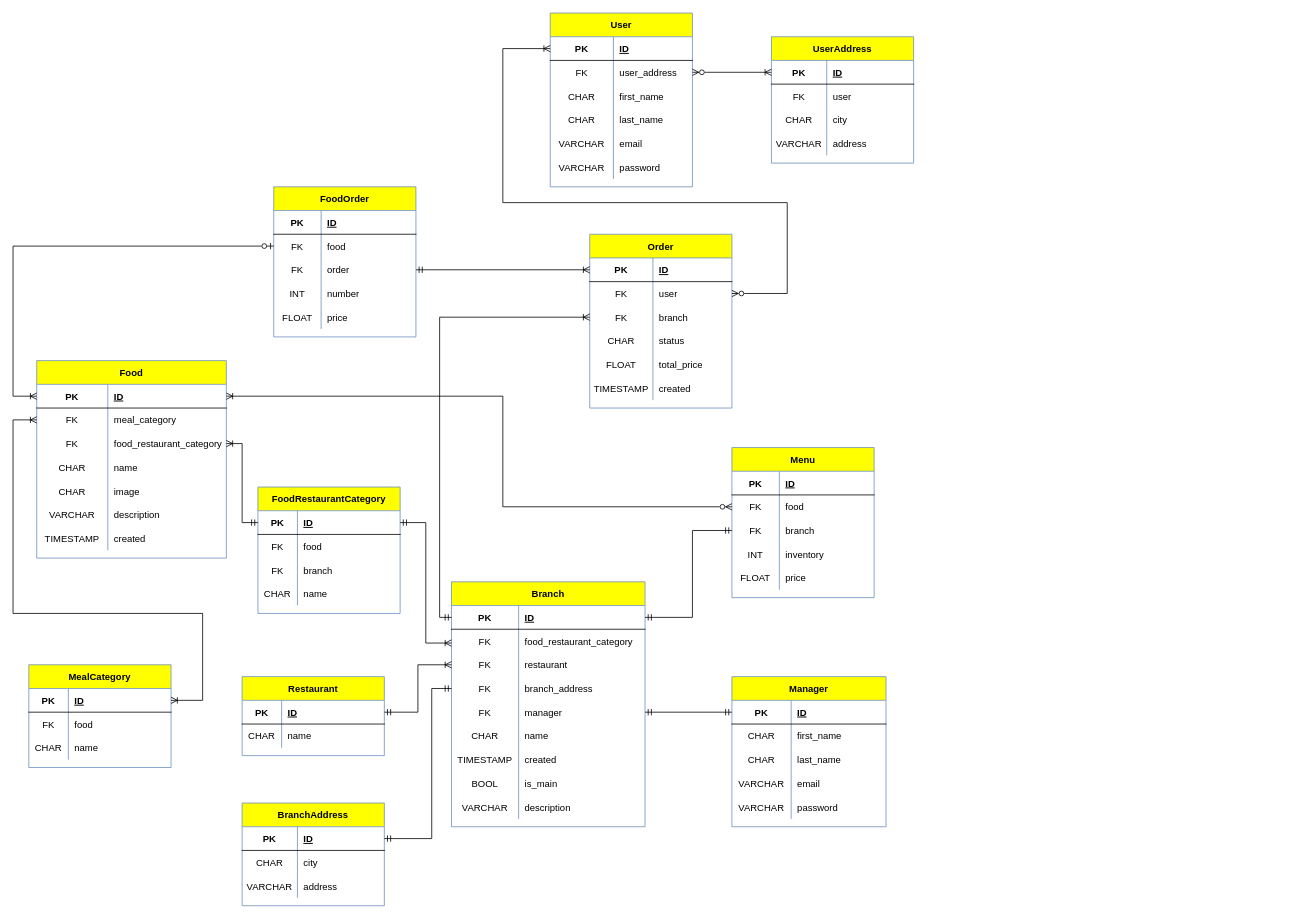
Before: SRC_ERD.drawio in delaramghaemmaghami/Maktab_Final_Project, a draw.io diagram. Source tidied: cells renumbered, new cells numbered last; positions are measured from the earlier drawing's top-left corner, leaving out a move shared by most shapes. Both pictures are drawn from the tidied source at 79%, with x=0, y=0 at pixel (13, 13).
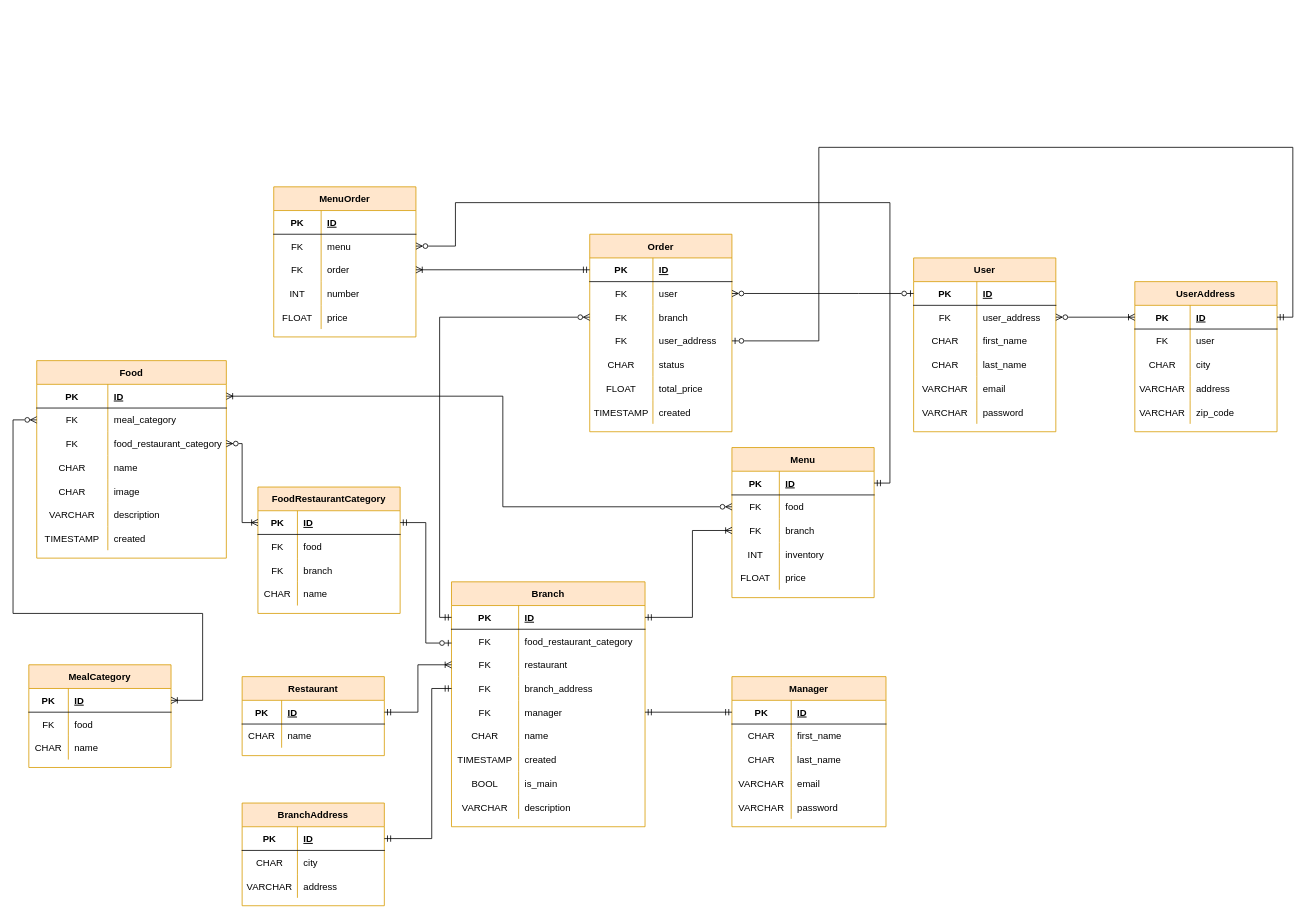
Above is the later version.

The change refers to these unchanged cells:
```xml
<mxCell id="3" style="shape=partialRectangle;fillColor=none;top=0;left=0;bottom=1;right=0;points=[[0,0.5],[1,0.5]];portConstraint=eastwest;" parent="2" vertex="1">
  <mxGeometry y="30" width="240" height="30" as="geometry" />
</mxCell>
<mxCell id="6" style="shape=partialRectangle;fillColor=none;top=0;left=0;bottom=0;right=0;points=[[0,0.5],[1,0.5]];portConstraint=eastwest;" parent="2" vertex="1">
  <mxGeometry y="60" width="240" height="30" as="geometry" />
</mxCell>
<mxCell id="9" style="shape=partialRectangle;fillColor=none;top=0;left=0;bottom=0;right=0;points=[[0,0.5],[1,0.5]];portConstraint=eastwest;" parent="2" vertex="1">
  <mxGeometry y="90" width="240" height="30" as="geometry" />
</mxCell>
<mxCell id="28" style="shape=partialRectangle;fillColor=none;top=0;left=0;bottom=0;right=0;points=[[0,0.5],[1,0.5]];portConstraint=eastwest;" parent="24" vertex="1">
  <mxGeometry y="60" width="180" height="30" as="geometry" />
</mxCell>
<mxCell id="31" style="shape=partialRectangle;fillColor=none;top=0;left=0;bottom=0;right=0;points=[[0,0.5],[1,0.5]];portConstraint=eastwest;" parent="24" vertex="1">
  <mxGeometry y="90" width="180" height="30" as="geometry" />
</mxCell>
<mxCell id="48" style="shape=partialRectangle;fillColor=none;top=0;left=0;bottom=1;right=0;points=[[0,0.5],[1,0.5]];portConstraint=eastwest;" parent="47" vertex="1">
  <mxGeometry y="30" width="245" height="30" as="geometry" />
</mxCell>
<mxCell id="86" style="shape=partialRectangle;fillColor=none;top=0;left=0;bottom=1;right=0;points=[[0,0.5],[1,0.5]];portConstraint=eastwest;" parent="85" vertex="1">
  <mxGeometry y="30" width="180" height="30" as="geometry" />
</mxCell>
<mxCell id="105" style="shape=partialRectangle;fillColor=none;top=0;left=0;bottom=1;right=0;points=[[0,0.5],[1,0.5]];portConstraint=eastwest;" parent="104" vertex="1">
  <mxGeometry y="30" width="180" height="30" as="geometry" />
</mxCell>
<mxCell id="115" style="shape=partialRectangle;fillColor=none;top=0;left=0;bottom=1;right=0;points=[[0,0.5],[1,0.5]];portConstraint=eastwest;" parent="114" vertex="1">
  <mxGeometry y="30" width="180" height="30" as="geometry" />
</mxCell>
<mxCell id="121" style="shape=partialRectangle;fillColor=none;top=0;left=0;bottom=0;right=0;points=[[0,0.5],[1,0.5]];portConstraint=eastwest;" parent="114" vertex="1">
  <mxGeometry y="90" width="180" height="30" as="geometry" />
</mxCell>
<mxCell id="147" style="shape=partialRectangle;fillColor=none;top=0;left=0;bottom=1;right=0;points=[[0,0.5],[1,0.5]];portConstraint=eastwest;" parent="146" vertex="1">
  <mxGeometry y="30" width="180" height="30" as="geometry" />
</mxCell>
<mxCell id="160" style="shape=partialRectangle;fillColor=none;top=0;left=0;bottom=1;right=0;points=[[0,0.5],[1,0.5]];portConstraint=eastwest;" parent="159" vertex="1">
  <mxGeometry y="30" width="180" height="30" as="geometry" />
</mxCell>
<mxCell id="173" style="shape=partialRectangle;fillColor=none;top=0;left=0;bottom=1;right=0;points=[[0,0.5],[1,0.5]];portConstraint=eastwest;" parent="172" vertex="1">
  <mxGeometry y="30" width="180" height="30" as="geometry" />
</mxCell>
<mxCell id="176" style="shape=partialRectangle;fillColor=none;top=0;left=0;bottom=0;right=0;points=[[0,0.5],[1,0.5]];portConstraint=eastwest;" parent="172" vertex="1">
  <mxGeometry y="60" width="180" height="30" as="geometry" />
</mxCell>
<mxCell id="179" style="shape=partialRectangle;fillColor=none;top=0;left=0;bottom=0;right=0;points=[[0,0.5],[1,0.5]];portConstraint=eastwest;" parent="172" vertex="1">
  <mxGeometry y="90" width="180" height="30" as="geometry" />
</mxCell>
```

What changed in the source:
```diff
@@
-    <mxCell id="2" value="Food" style="shape=table;startSize=30;childLayout=tableLayout;rowLines=0;fontStyle=1;align=center;fillColor=#FFFF00;strokeColor=#6c8ebf;swimlaneFillColor=default;" parent="1" vertex="1">
+    <mxCell id="2" value="Food" style="shape=table;startSize=30;childLayout=tableLayout;rowLines=0;fontStyle=1;align=center;fillColor=#ffe6cc;strokeColor=#d79b00;swimlaneFillColor=default;" parent="1" vertex="1">
       <mxGeometry x="30" y="440" width="240" height="250" as="geometry" />
     </mxCell>
@@
-    <mxCell id="24" value="FoodOrder" style="shape=table;startSize=30;childLayout=tableLayout;rowLines=0;fontStyle=1;align=center;fillColor=#FFFF00;strokeColor=#6c8ebf;swimlaneFillColor=default;" parent="1" vertex="1">
+    <mxCell id="24" value="MenuOrder" style="shape=table;startSize=30;childLayout=tableLayout;rowLines=0;fontStyle=1;align=center;fillColor=#ffe6cc;strokeColor=#d79b00;swimlaneFillColor=default;" parent="1" vertex="1">
       <mxGeometry x="330" y="220" width="180" height="190" as="geometry" />
     </mxCell>
@@
-    <mxCell id="30" value="food" style="shape=partialRectangle;fillColor=none;top=0;left=0;bottom=0;right=0;align=left;spacingLeft=6;overflow=hidden;" parent="28" vertex="1">
+    <mxCell id="30" value="menu" style="shape=partialRectangle;fillColor=none;top=0;left=0;bottom=0;right=0;align=left;spacingLeft=6;overflow=hidden;" parent="28" vertex="1">
       <mxGeometry x="60" width="120" height="30" as="geometry" />
     </mxCell>
@@
-    <mxCell id="40" value="Restaurant" style="shape=table;startSize=30;childLayout=tableLayout;rowLines=0;fontStyle=1;align=center;fillColor=#FFFF00;strokeColor=#6c8ebf;swimlaneFillColor=default;" parent="1" vertex="1">
+    <mxCell id="40" value="Restaurant" style="shape=table;startSize=30;childLayout=tableLayout;rowLines=0;fontStyle=1;align=center;fillColor=#ffe6cc;strokeColor=#d79b00;swimlaneFillColor=default;" parent="1" vertex="1">
       <mxGeometry x="290" y="840" width="180" height="100" as="geometry" />
     </mxCell>
@@
-    <mxCell id="47" value="Branch" style="shape=table;startSize=30;childLayout=tableLayout;rowLines=0;fontStyle=1;align=center;fillColor=#FFFF00;strokeColor=#6c8ebf;swimlaneFillColor=default;" parent="1" vertex="1">
+    <mxCell id="47" value="Branch" style="shape=table;startSize=30;childLayout=tableLayout;rowLines=0;fontStyle=1;align=center;fillColor=#ffe6cc;strokeColor=#d79b00;swimlaneFillColor=default;" parent="1" vertex="1">
       <mxGeometry x="555" y="720" width="245" height="310" as="geometry" />
     </mxCell>
@@
-    <mxCell id="75" value="BranchAddress" style="shape=table;startSize=30;childLayout=tableLayout;rowLines=0;fontStyle=1;align=center;fillColor=#FFFF00;strokeColor=#6c8ebf;swimlaneFillColor=default;" parent="1" vertex="1">
+    <mxCell id="75" value="BranchAddress" style="shape=table;startSize=30;childLayout=tableLayout;rowLines=0;fontStyle=1;align=center;fillColor=#ffe6cc;strokeColor=#d79b00;swimlaneFillColor=default;" parent="1" vertex="1">
       <mxGeometry x="290" y="1000" width="180" height="130" as="geometry" />
     </mxCell>
@@
-    <mxCell id="85" value="User" style="shape=table;startSize=30;childLayout=tableLayout;rowLines=0;fontStyle=1;align=center;fillColor=#FFFF00;strokeColor=#6c8ebf;swimlaneFillColor=default;" parent="1" vertex="1">
-      <mxGeometry x="680" width="180" height="220" as="geometry" />
+    <mxCell id="85" value="User" style="shape=table;startSize=30;childLayout=tableLayout;rowLines=0;fontStyle=1;align=center;fillColor=#ffe6cc;strokeColor=#d79b00;swimlaneFillColor=default;" parent="1" vertex="1">
+      <mxGeometry x="1140" y="310" width="180" height="220" as="geometry" />
     </mxCell>
@@
-    <mxCell id="104" value="MealCategory" style="shape=table;startSize=30;childLayout=tableLayout;rowLines=0;fontStyle=1;align=center;fillColor=#FFFF00;strokeColor=#6c8ebf;swimlaneFillColor=default;" parent="1" vertex="1">
+    <mxCell id="104" value="MealCategory" style="shape=table;startSize=30;childLayout=tableLayout;rowLines=0;fontStyle=1;align=center;fillColor=#ffe6cc;strokeColor=#d79b00;swimlaneFillColor=default;" parent="1" vertex="1">
       <mxGeometry x="20" y="825" width="180" height="130" as="geometry" />
     </mxCell>
@@
-    <mxCell id="114" value="Menu" style="shape=table;startSize=30;childLayout=tableLayout;rowLines=0;fontStyle=1;align=center;fillColor=#FFFF00;strokeColor=#6c8ebf;swimlaneFillColor=default;" parent="1" vertex="1">
+    <mxCell id="114" value="Menu" style="shape=table;startSize=30;childLayout=tableLayout;rowLines=0;fontStyle=1;align=center;fillColor=#ffe6cc;strokeColor=#d79b00;swimlaneFillColor=default;" parent="1" vertex="1">
       <mxGeometry x="910" y="550" width="180" height="190" as="geometry" />
     </mxCell>
@@
-    <mxCell id="130" value="Manager" style="shape=table;startSize=30;childLayout=tableLayout;rowLines=0;fontStyle=1;align=center;fillColor=#FFFF00;strokeColor=#6c8ebf;swimlaneFillColor=default;" parent="1" vertex="1">
+    <mxCell id="130" value="Manager" style="shape=table;startSize=30;childLayout=tableLayout;rowLines=0;fontStyle=1;align=center;fillColor=#ffe6cc;strokeColor=#d79b00;swimlaneFillColor=default;" parent="1" vertex="1">
       <mxGeometry x="910" y="840" width="195" height="190" as="geometry" />
     </mxCell>
@@
-    <mxCell id="146" value="UserAddress" style="shape=table;startSize=30;childLayout=tableLayout;rowLines=0;fontStyle=1;align=center;fillColor=#FFFF00;strokeColor=#6c8ebf;swimlaneFillColor=default;" parent="1" vertex="1">
-      <mxGeometry x="960" y="30" width="180" height="160" as="geometry" />
+    <mxCell id="146" value="UserAddress" style="shape=table;startSize=30;childLayout=tableLayout;rowLines=0;fontStyle=1;align=center;fillColor=#ffe6cc;strokeColor=#d79b00;swimlaneFillColor=default;" parent="1" vertex="1">
+      <mxGeometry x="1420" y="340" width="180" height="190" as="geometry" />
     </mxCell>
@@
+    <mxCell id="204" style="shape=partialRectangle;fillColor=none;top=0;left=0;bottom=0;right=0;" parent="146" vertex="1">
+      <mxGeometry y="150" width="180" height="30" as="geometry" />
+    </mxCell>
+    <mxCell id="205" value="VARCHAR" style="shape=partialRectangle;fillColor=none;top=0;left=0;bottom=0;right=0;overflow=hidden;" parent="204" vertex="1">
+      <mxGeometry width="70" height="30" as="geometry" />
+    </mxCell>
+    <mxCell id="206" value="zip_code" style="shape=partialRectangle;fillColor=none;top=0;left=0;bottom=0;right=0;align=left;spacingLeft=6;overflow=hidden;" parent="204" vertex="1">
+      <mxGeometry x="70" width="110" height="30" as="geometry" />
+    </mxCell>
-    <mxCell id="159" value="FoodRestaurantCategory" style="shape=table;startSize=30;childLayout=tableLayout;rowLines=0;fontStyle=1;align=center;fillColor=#FFFF00;strokeColor=#6c8ebf;swimlaneFillColor=default;" parent="1" vertex="1">
+    <mxCell id="159" value="FoodRestaurantCategory" style="shape=table;startSize=30;childLayout=tableLayout;rowLines=0;fontStyle=1;align=center;fillColor=#ffe6cc;strokeColor=#d79b00;swimlaneFillColor=default;" parent="1" vertex="1">
       <mxGeometry x="310" y="600" width="180" height="160" as="geometry" />
     </mxCell>
@@
-    <mxCell id="172" value="Order" style="shape=table;startSize=30;childLayout=tableLayout;rowLines=0;fontStyle=1;align=center;fillColor=#FFFF00;strokeColor=#6c8ebf;gradientColor=none;swimlaneFillColor=default;" parent="1" vertex="1">
-      <mxGeometry x="730" y="280" width="180" height="220" as="geometry" />
+    <mxCell id="172" value="Order" style="shape=table;startSize=30;childLayout=tableLayout;rowLines=0;fontStyle=1;align=center;fillColor=#ffe6cc;strokeColor=#d79b00;swimlaneFillColor=default;" parent="1" vertex="1">
+      <mxGeometry x="730" y="280" width="180" height="250" as="geometry" />
     </mxCell>
@@
+    <mxCell id="207" style="shape=partialRectangle;fillColor=none;top=0;left=0;bottom=0;right=0;points=[[0,0.5],[1,0.5]];portConstraint=eastwest;" parent="172" vertex="1">
+      <mxGeometry y="120" width="180" height="30" as="geometry" />
+    </mxCell>
+    <mxCell id="208" value="FK" style="shape=partialRectangle;fillColor=none;top=0;left=0;bottom=0;right=0;overflow=hidden;" parent="207" vertex="1">
+      <mxGeometry width="80" height="30" as="geometry" />
+    </mxCell>
+    <mxCell id="209" value="user_address" style="shape=partialRectangle;fillColor=none;top=0;left=0;bottom=0;right=0;align=left;spacingLeft=6;overflow=hidden;" parent="207" vertex="1">
+      <mxGeometry x="80" width="100" height="30" as="geometry" />
+    </mxCell>
     <mxCell id="182" style="shape=partialRectangle;fillColor=none;top=0;left=0;bottom=0;right=0;" parent="172" vertex="1">
-      <mxGeometry y="120" width="180" height="30" as="geometry" />
+      <mxGeometry y="150" width="180" height="30" as="geometry" />
     </mxCell>
@@
     <mxCell id="185" style="shape=partialRectangle;fillColor=none;top=0;left=0;bottom=0;right=0;" parent="172" vertex="1">
-      <mxGeometry y="150" width="180" height="30" as="geometry" />
+      <mxGeometry y="180" width="180" height="30" as="geometry" />
     </mxCell>
@@
     <mxCell id="188" style="shape=partialRectangle;fillColor=none;top=0;left=0;bottom=0;right=0;" parent="172" vertex="1">
-      <mxGeometry y="180" width="180" height="30" as="geometry" />
+      <mxGeometry y="210" width="180" height="30" as="geometry" />
     </mxCell>
@@
-    <mxCell id="191" style="edgeStyle=orthogonalEdgeStyle;rounded=0;jettySize=auto;html=1;exitX=0;exitY=0.5;exitDx=0;exitDy=0;entryX=1;entryY=0.5;entryDx=0;entryDy=0;startArrow=ERoneToMany;startFill=0;endArrow=ERoneToMany;endFill=0;" parent="1" edge="1" source="6" target="105">
+    <mxCell id="191" style="edgeStyle=orthogonalEdgeStyle;rounded=0;jettySize=auto;html=1;exitX=0;exitY=0.5;exitDx=0;exitDy=0;entryX=1;entryY=0.5;entryDx=0;entryDy=0;startArrow=ERzeroToMany;startFill=0;endArrow=ERoneToMany;endFill=0;" parent="1" edge="1" source="6" target="105">
       <mxGeometry relative="1" as="geometry">
         <Array as="points">
           <mxPoint y="515" />
           <mxPoint y="760" />
           <mxPoint x="240" y="760" />
           <mxPoint x="240" y="870" />
         </Array>
       </mxGeometry>
     </mxCell>
-    <mxCell id="192" style="edgeStyle=orthogonalEdgeStyle;rounded=0;jettySize=auto;html=1;exitX=1;exitY=0.5;exitDx=0;exitDy=0;entryX=0;entryY=0.5;entryDx=0;entryDy=0;startArrow=ERoneToMany;startFill=0;endArrow=ERmandOne;endFill=0;" parent="1" edge="1" source="9" target="160">
-      <mxGeometry relative="1" as="geometry" />
+    <mxCell id="192" style="edgeStyle=orthogonalEdgeStyle;rounded=0;jettySize=auto;html=1;exitX=1;exitY=0.5;exitDx=0;exitDy=0;entryX=0;entryY=0.5;entryDx=0;entryDy=0;startArrow=ERzeroToMany;startFill=0;endArrow=ERoneToMany;endFill=0;" parent="1" edge="1" source="9" target="160">
+      <mxGeometry relative="1" as="geometry">
+        <Array as="points">
+          <mxPoint x="290" y="545" />
+          <mxPoint x="290" y="645" />
+        </Array>
+      </mxGeometry>
     </mxCell>
-    <mxCell id="193" style="edgeStyle=orthogonalEdgeStyle;rounded=0;jettySize=auto;html=1;exitX=0;exitY=0.5;exitDx=0;exitDy=0;entryX=0;entryY=0.5;entryDx=0;entryDy=0;startArrow=ERoneToMany;startFill=0;endArrow=ERzeroToOne;endFill=0;" parent="1" edge="1" source="3" target="28">
-      <mxGeometry relative="1" as="geometry">
-        <Array as="points">
-          <mxPoint y="485" />
-          <mxPoint y="295" />
-        </Array>
-      </mxGeometry>
-    </mxCell>
-    <mxCell id="194" style="edgeStyle=orthogonalEdgeStyle;rounded=0;jettySize=auto;html=1;exitX=0;exitY=0.5;exitDx=0;exitDy=0;entryX=1;entryY=0.5;entryDx=0;entryDy=0;startArrow=ERoneToMany;startFill=0;endArrow=ERmandOne;endFill=0;" parent="1" edge="1" source="173" target="31">
+    <mxCell id="194" style="edgeStyle=orthogonalEdgeStyle;rounded=0;jettySize=auto;html=1;exitX=0;exitY=0.5;exitDx=0;exitDy=0;entryX=1;entryY=0.5;entryDx=0;entryDy=0;startArrow=ERmandOne;startFill=0;endArrow=ERoneToMany;endFill=0;" parent="1" edge="1" source="173" target="31">
       <mxGeometry relative="1" as="geometry" />
     </mxCell>
-    <mxCell id="195" style="edgeStyle=orthogonalEdgeStyle;rounded=0;jettySize=auto;html=1;exitX=1;exitY=0.5;exitDx=0;exitDy=0;entryX=0;entryY=0.25;entryDx=0;entryDy=0;startArrow=ERmandOne;startFill=0;endArrow=ERoneToMany;endFill=0;" parent="1" edge="1" source="160" target="47">
+    <mxCell id="195" style="edgeStyle=orthogonalEdgeStyle;rounded=0;jettySize=auto;html=1;exitX=1;exitY=0.5;exitDx=0;exitDy=0;entryX=0;entryY=0.25;entryDx=0;entryDy=0;startArrow=ERmandOne;startFill=0;endArrow=ERzeroToOne;endFill=0;" parent="1" edge="1" source="160" target="47">
       <mxGeometry relative="1" as="geometry" />
     </mxCell>
@@
-    <mxCell id="200" style="edgeStyle=orthogonalEdgeStyle;rounded=0;jettySize=auto;html=1;exitX=0;exitY=0.5;exitDx=0;exitDy=0;entryX=1;entryY=0.5;entryDx=0;entryDy=0;startArrow=ERmandOne;startFill=0;endArrow=ERmandOne;endFill=0;" parent="1" edge="1" source="121" target="48">
+    <mxCell id="200" style="edgeStyle=orthogonalEdgeStyle;rounded=0;jettySize=auto;html=1;exitX=0;exitY=0.5;exitDx=0;exitDy=0;entryX=1;entryY=0.5;entryDx=0;entryDy=0;startArrow=ERoneToMany;startFill=0;endArrow=ERmandOne;endFill=0;" parent="1" edge="1" source="121" target="48">
       <mxGeometry relative="1" as="geometry">
         <Array as="points">
           <mxPoint x="860" y="655" />
           <mxPoint x="860" y="765" />
         </Array>
       </mxGeometry>
     </mxCell>
@@
-    <mxCell id="202" style="edgeStyle=orthogonalEdgeStyle;rounded=0;jettySize=auto;html=1;exitX=1;exitY=0.5;exitDx=0;exitDy=0;entryX=0;entryY=0.5;entryDx=0;entryDy=0;startArrow=ERzeroToMany;startFill=0;endArrow=ERoneToMany;endFill=0;" parent="1" edge="1" source="176" target="86">
+    <mxCell id="202" style="edgeStyle=orthogonalEdgeStyle;rounded=0;jettySize=auto;html=1;exitX=1;exitY=0.5;exitDx=0;exitDy=0;entryX=0;entryY=0.5;entryDx=0;entryDy=0;startArrow=ERzeroToMany;startFill=0;endArrow=ERzeroToOne;endFill=0;" parent="1" edge="1" source="176" target="86">
       <mxGeometry relative="1" as="geometry">
         <Array as="points">
-          <mxPoint x="980" y="355" />
-          <mxPoint x="980" y="240" />
-          <mxPoint x="620" y="240" />
-          <mxPoint x="620" y="45" />
+          <mxPoint x="1070" y="355" />
+          <mxPoint x="1070" y="355" />
         </Array>
       </mxGeometry>
     </mxCell>
-    <mxCell id="203" style="edgeStyle=orthogonalEdgeStyle;rounded=0;jettySize=auto;html=1;exitX=0;exitY=0.5;exitDx=0;exitDy=0;entryX=0;entryY=0.5;entryDx=0;entryDy=0;startArrow=ERoneToMany;startFill=0;endArrow=ERmandOne;endFill=0;" parent="1" edge="1" source="179" target="48">
+    <mxCell id="203" style="edgeStyle=orthogonalEdgeStyle;rounded=0;jettySize=auto;html=1;exitX=0;exitY=0.5;exitDx=0;exitDy=0;entryX=0;entryY=0.5;entryDx=0;entryDy=0;startArrow=ERzeroToMany;startFill=0;endArrow=ERmandOne;endFill=0;" parent="1" edge="1" source="179" target="48">
       <mxGeometry relative="1" as="geometry">
         <Array as="points">
           <mxPoint x="540" y="385" />
           <mxPoint x="540" y="765" />
         </Array>
       </mxGeometry>
     </mxCell>
+    <mxCell id="210" style="edgeStyle=orthogonalEdgeStyle;rounded=0;jettySize=auto;html=1;exitX=1;exitY=0.5;exitDx=0;exitDy=0;entryX=1;entryY=0.5;entryDx=0;entryDy=0;startArrow=ERmandOne;startFill=0;endArrow=ERzeroToMany;endFill=0;" parent="1" edge="1" source="115" target="28">
+      <mxGeometry relative="1" as="geometry">
+        <Array as="points">
+          <mxPoint x="1110" y="595" />
+          <mxPoint x="1110" y="240" />
+          <mxPoint x="560" y="240" />
+          <mxPoint x="560" y="295" />
+        </Array>
+      </mxGeometry>
+    </mxCell>
+    <mxCell id="211" style="edgeStyle=orthogonalEdgeStyle;rounded=0;jettySize=auto;html=1;exitX=1;exitY=0.5;exitDx=0;exitDy=0;entryX=1;entryY=0.5;entryDx=0;entryDy=0;startArrow=ERzeroToOne;startFill=0;endArrow=ERmandOne;endFill=0;" parent="1" edge="1" source="207" target="147">
+      <mxGeometry relative="1" as="geometry">
+        <Array as="points">
+          <mxPoint x="1020" y="415" />
+          <mxPoint x="1020" y="170" />
+          <mxPoint x="1620" y="170" />
+          <mxPoint x="1620" y="385" />
+        </Array>
+      </mxGeometry>
+    </mxCell>
```
